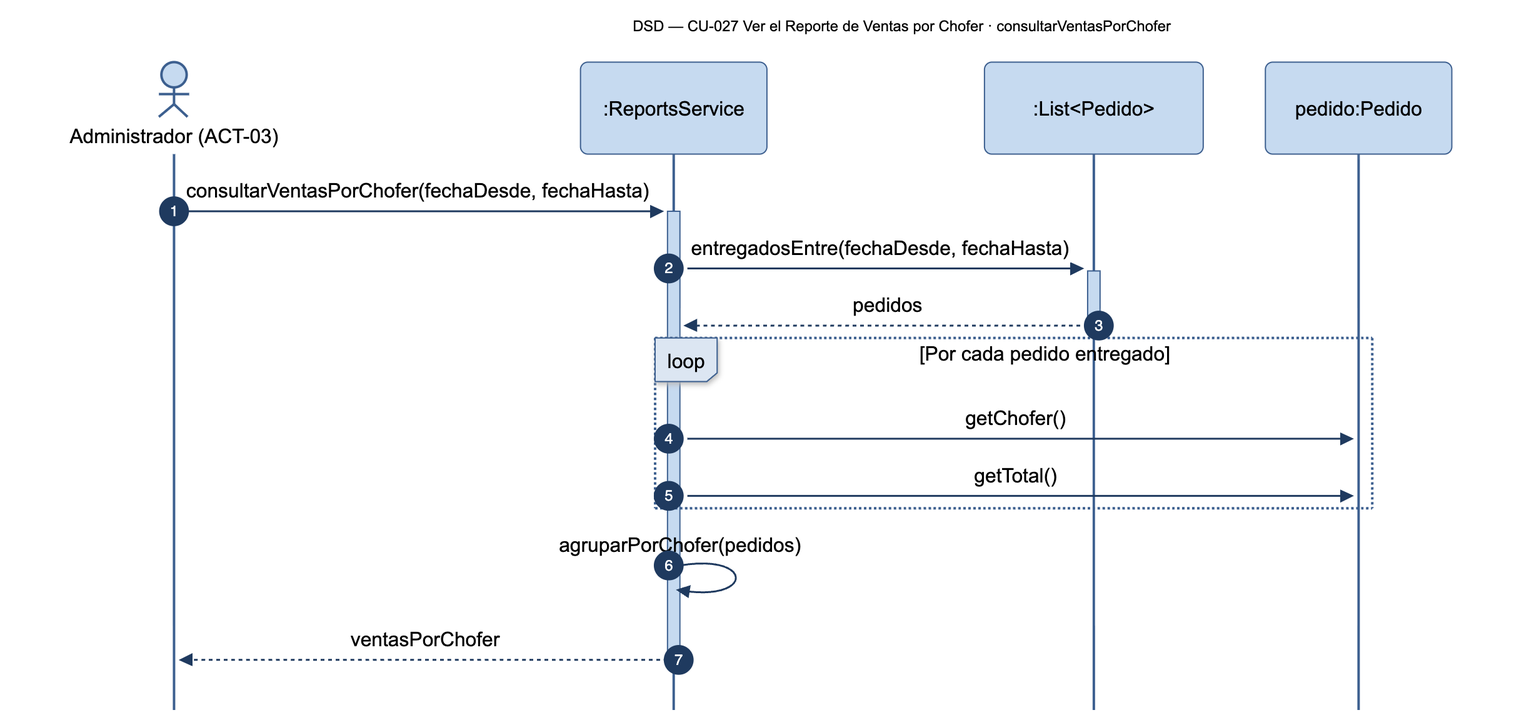
Before: diagramas/png/DSD_CU-027_consultarVentasPorChofer.png, a diagram exported from Mermaid (Nahuelito-Dev/splg-docs). Its source is kept beside it as diagramas/DSD_CU-027_consultarVentasPorChofer.mmd.
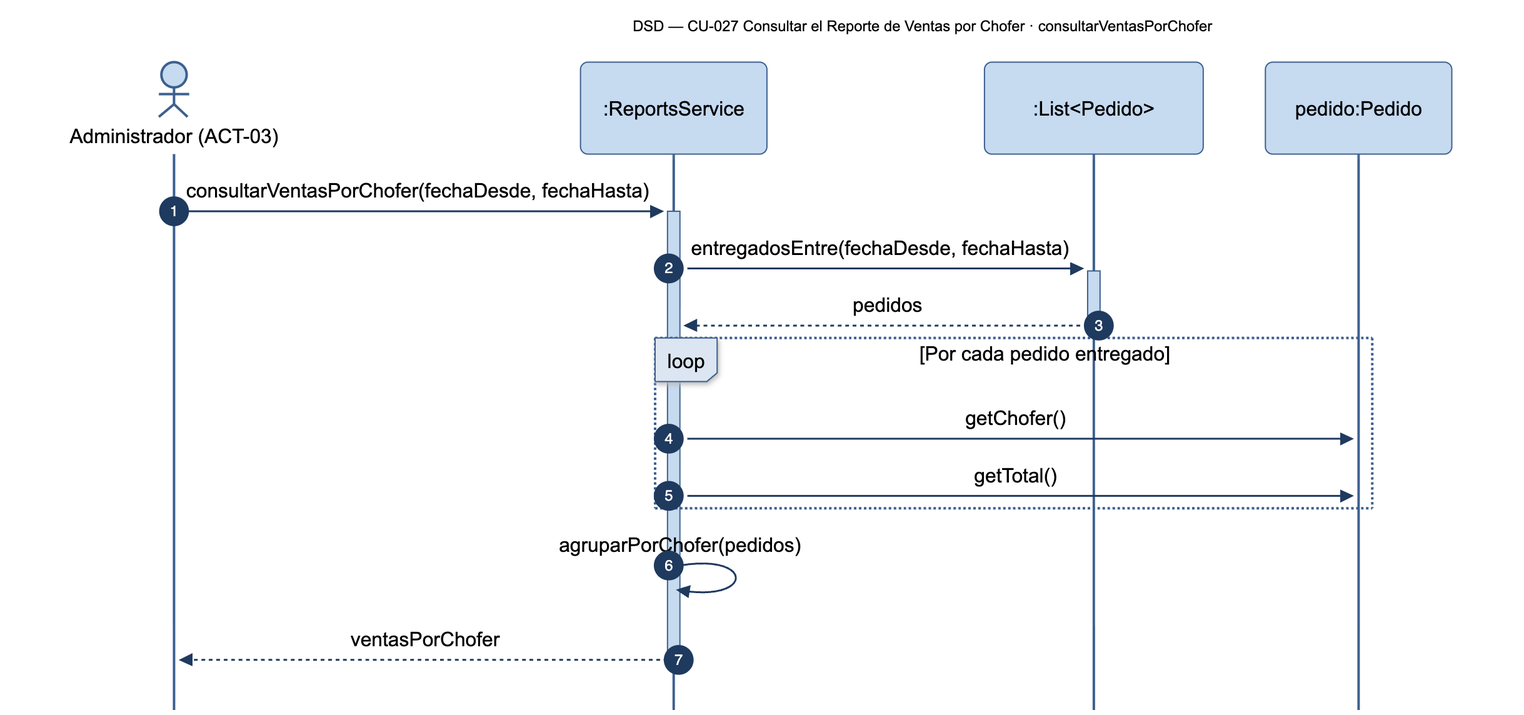
After the commit.

Change to the diagram source:
```diff
@@ -1,5 +1,5 @@
 sequenceDiagram
-    title DSD — CU-027 Ver el Reporte de Ventas por Chofer · consultarVentasPorChofer
+    title DSD — CU-027 Consultar el Reporte de Ventas por Chofer · consultarVentasPorChofer
     autonumber
     actor ADM as Administrador (ACT-03)
     participant SRV as :ReportsService
```
